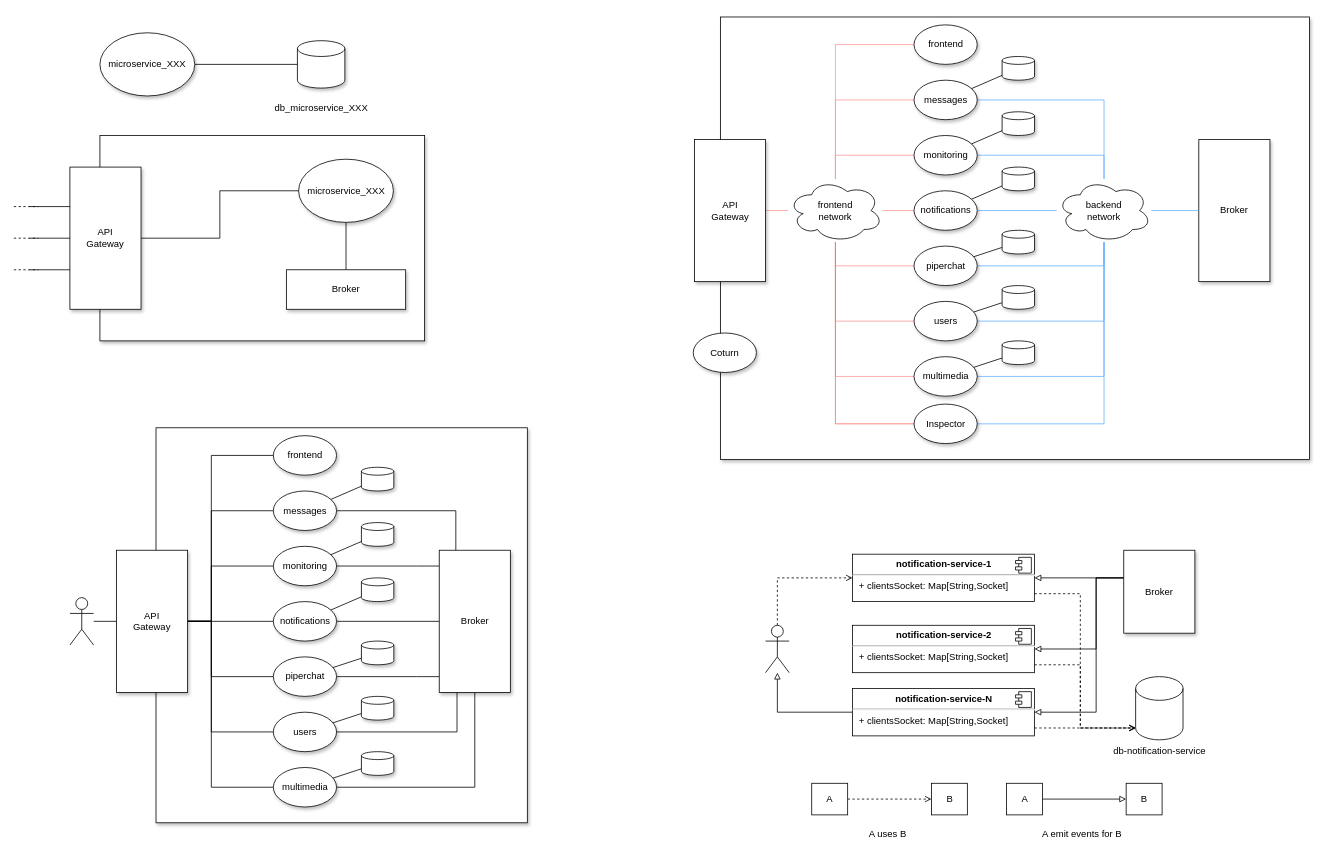
Earlier version of the draw.io diagram page "microservizi" (4 of 7) of resources/piperchat.drawio (zucchero-sintattico/piperchat). Source tidied: cells renumbered, new cells numbered last; positions are measured from the earlier drawing's top-left corner, leaving out a move shared by most shapes. Both pictures are drawn from the tidied source at 79%, with x=0, y=0 at pixel (13, 17).
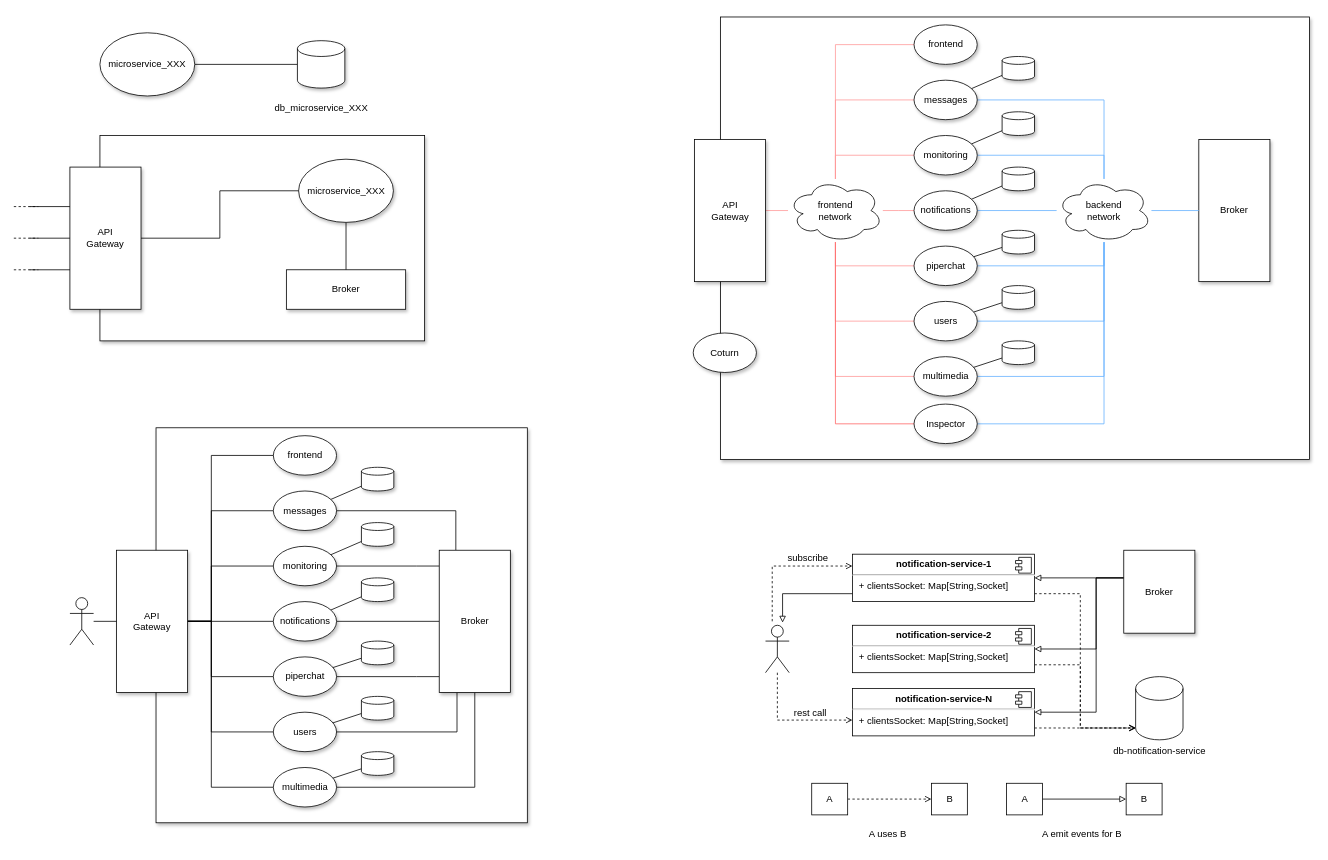
After the change.

The change refers to these unchanged cells:
```xml
<mxCell id="102" style="shape=umlActor;verticalLabelPosition=bottom;verticalAlign=top;html=1;" parent="1" vertex="1">
  <mxGeometry x="951.5" y="770" width="30" height="60" as="geometry" />
</mxCell>
<mxCell id="105" value="&lt;p style=&quot;margin:0px;margin-top:6px;text-align:center;&quot;&gt;&lt;b&gt;notification-service-1&lt;/b&gt;&lt;/p&gt;&lt;hr&gt;&lt;p style=&quot;margin:0px;margin-left:8px;&quot;&gt;+ clientsSocket: Map[String,Socket]&lt;br&gt;&lt;/p&gt;" style="align=left;overflow=fill;html=1;whiteSpace=wrap;" parent="1" vertex="1">
  <mxGeometry x="1061.5" y="680" width="230.5" height="60" as="geometry" />
</mxCell>
<mxCell id="112" value="&lt;p style=&quot;margin:0px;margin-top:6px;text-align:center;&quot;&gt;&lt;b&gt;notification-service-N&lt;/b&gt;&lt;/p&gt;&lt;hr&gt;&lt;p style=&quot;margin:0px;margin-left:8px;&quot;&gt;+ clientsSocket: Map[String,Socket]&lt;br&gt;&lt;/p&gt;" style="align=left;overflow=fill;html=1;whiteSpace=wrap;" parent="1" vertex="1">
  <mxGeometry x="1061.5" y="850" width="230.5" height="60" as="geometry" />
</mxCell>
```

Change to the diagram source:
```diff
@@
-    <mxCell id="101" style="edgeStyle=orthogonalEdgeStyle;rounded=0;jettySize=auto;html=1;entryX=0;entryY=0.5;entryDx=0;entryDy=0;dashed=1;endArrow=open;endFill=0;" parent="1" edge="1" source="102" target="105">
+    <mxCell id="101" style="edgeStyle=orthogonalEdgeStyle;rounded=0;orthogonalLoop=1;jettySize=auto;html=1;dashed=1;endArrow=open;endFill=0;" parent="1" edge="1">
       <mxGeometry relative="1" as="geometry">
+        <mxPoint x="960" y="765" as="sourcePoint" />
+        <mxPoint x="1061.5" y="695" as="targetPoint" />
         <Array as="points">
-          <mxPoint x="967" y="710" />
+          <mxPoint x="960" y="695" />
         </Array>
       </mxGeometry>
     </mxCell>
+    <mxCell id="127" style="edgeStyle=orthogonalEdgeStyle;rounded=0;jettySize=auto;html=1;dashed=1;endArrow=open;endFill=0;" parent="1" edge="1" source="102" target="112">
+      <mxGeometry relative="1" as="geometry">
+        <Array as="points">
+          <mxPoint x="966" y="890" />
+        </Array>
+      </mxGeometry>
+    </mxCell>
@@
-    <mxCell id="111" style="edgeStyle=orthogonalEdgeStyle;rounded=0;jettySize=auto;html=1;endArrow=block;endFill=0;" parent="1" edge="1" source="112" target="102">
-      <mxGeometry relative="1" as="geometry" />
-    </mxCell>
@@
+    <mxCell id="128" value="subscribe" style="text;html=1;align=center;verticalAlign=middle;strokeColor=none;fillColor=none;" parent="1" vertex="1">
+      <mxGeometry x="970" y="670" width="70" height="30" as="geometry" />
+    </mxCell>
+    <mxCell id="129" style="edgeStyle=orthogonalEdgeStyle;rounded=0;jettySize=auto;html=1;entryX=0.721;entryY=-0.056;entryDx=0;entryDy=0;entryPerimeter=0;endArrow=block;endFill=0;" parent="1" edge="1" source="105" target="102">
+      <mxGeometry relative="1" as="geometry">
+        <Array as="points">
+          <mxPoint x="973" y="730" />
+        </Array>
+      </mxGeometry>
+    </mxCell>
+    <mxCell id="130" value="rest call" style="text;html=1;align=center;verticalAlign=middle;strokeColor=none;fillColor=none;" parent="1" vertex="1">
+      <mxGeometry x="973" y="866" width="70" height="30" as="geometry" />
+    </mxCell>
```
